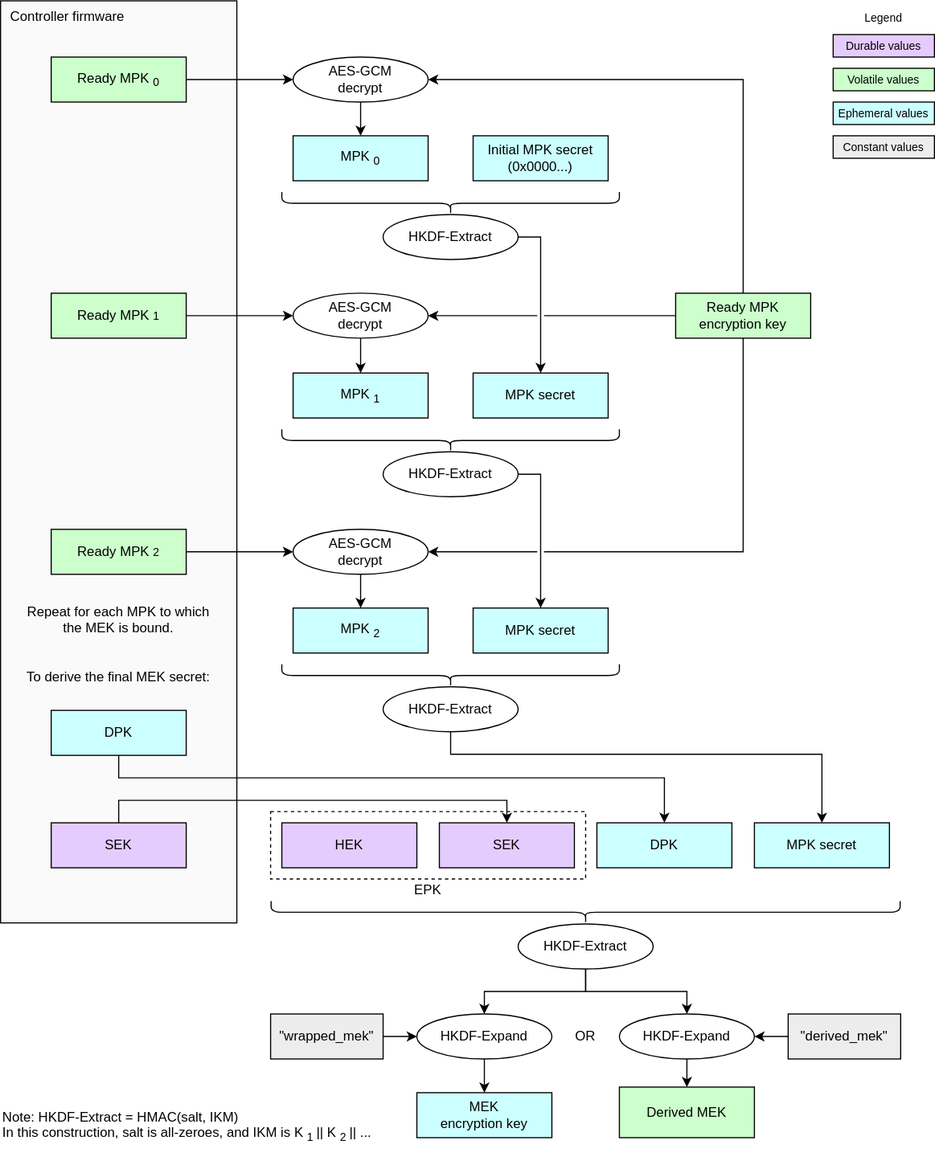
Above: doc/ocp_lock/diagrams/mek_secret_derivation.drawio.svg in chipsalliance/Caliptra (draw.io), before the change. Source tidied: cells renumbered, new cells last; positions are measured from the earlier drawing's top-left corner, leaving out a move shared by most shapes.
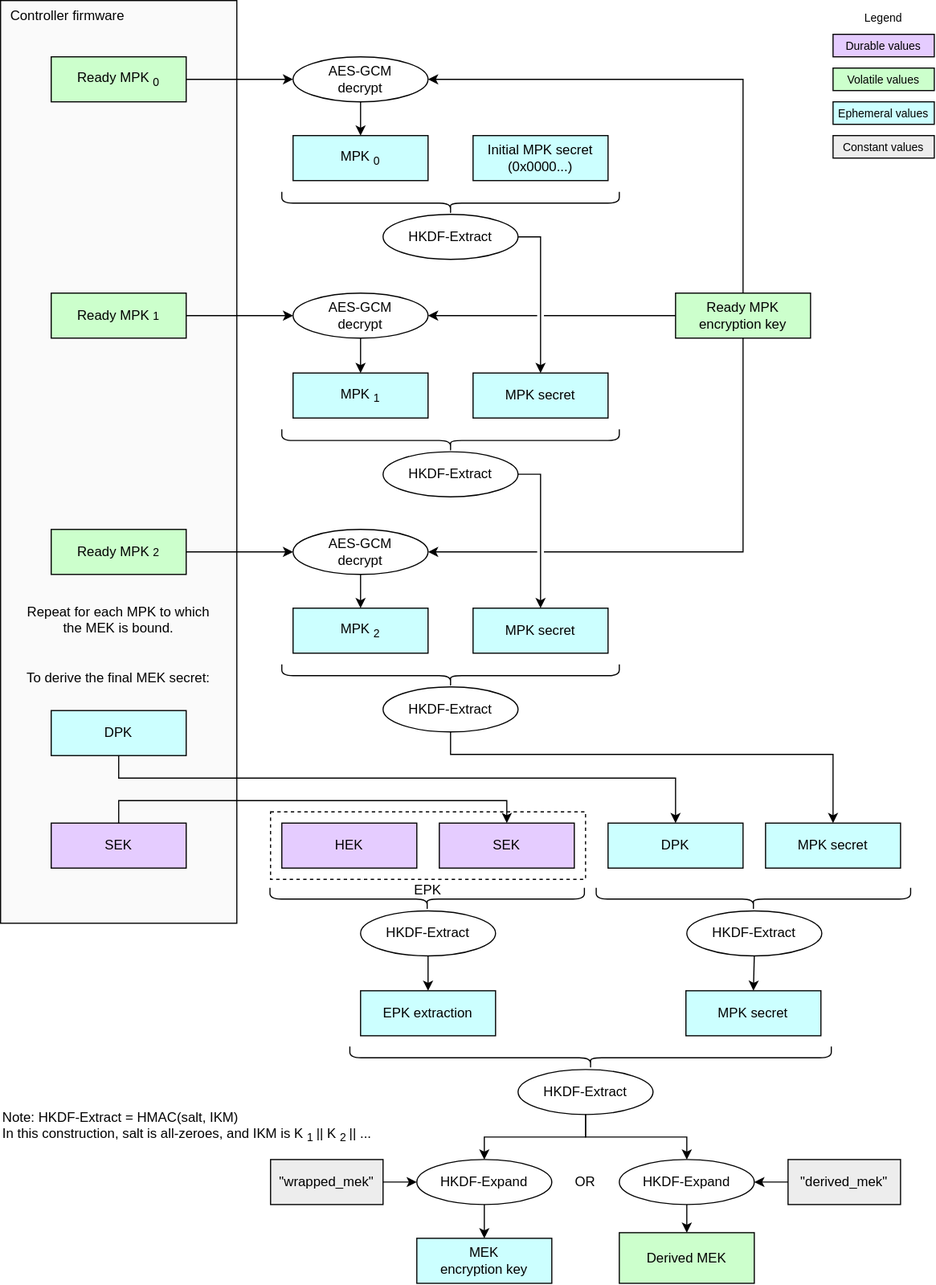
Above is the later version.

Commit message:
Expand MEK secret derivation in LOCK spec.

Diff of the diagram source:
```diff
@@ -100,7 +100,7 @@
       <mxGeometry x="390" y="450" width="20" height="300" as="geometry" />
     </mxCell>
     <mxCell id="33" value="&lt;div&gt;&lt;font color=&quot;#000000&quot;&gt;MPK secret&lt;/font&gt;&lt;/div&gt;" style="rounded=0;whiteSpace=wrap;html=1;align=center;verticalAlign=middle;shadow=0;glass=0;spacingLeft=0;spacingBottom=0;spacingTop=0;fillColor=#CCFFFF;" parent="1" vertex="1">
-      <mxGeometry x="670" y="731" width="120" height="40" as="geometry" />
+      <mxGeometry x="680" y="731" width="120" height="40" as="geometry" />
     </mxCell>
     <mxCell id="34" value="&lt;div&gt;&lt;font color=&quot;#000000&quot;&gt;DPK&lt;/font&gt;&lt;/div&gt;" style="rounded=0;whiteSpace=wrap;html=1;align=center;verticalAlign=middle;shadow=0;glass=0;spacingLeft=0;spacingBottom=0;spacingTop=0;fillColor=#CCFFFF;" parent="1" vertex="1">
       <mxGeometry x="45" y="631" width="120" height="40" as="geometry" />
@@ -112,7 +112,7 @@
       <mxGeometry relative="1" as="geometry">
         <Array as="points">
           <mxPoint x="105" y="691" />
-          <mxPoint x="590" y="691" />
+          <mxPoint x="600" y="691" />
         </Array>
       </mxGeometry>
     </mxCell>
@@ -128,7 +128,7 @@
       <mxGeometry x="390" y="731" width="120" height="40" as="geometry" />
     </mxCell>
     <mxCell id="39" value="&lt;div&gt;&lt;font color=&quot;#000000&quot;&gt;DPK&lt;/font&gt;&lt;/div&gt;" style="rounded=0;whiteSpace=wrap;html=1;align=center;verticalAlign=middle;shadow=0;glass=0;spacingLeft=0;spacingBottom=0;spacingTop=0;fillColor=#CCFFFF;" parent="1" vertex="1">
-      <mxGeometry x="530" y="731" width="120" height="40" as="geometry" />
+      <mxGeometry x="540" y="731" width="120" height="40" as="geometry" />
     </mxCell>
     <mxCell id="40" style="edgeStyle=elbowEdgeStyle;endArrow=classic;html=1;rounded=0;endSize=6;startSize=6;entryX=0.5;entryY=0;entryDx=0;entryDy=0;exitX=0.5;exitY=1;exitDx=0;exitDy=0;elbow=vertical;" parent="1" edge="1" source="30" target="33">
       <mxGeometry relative="1" as="geometry">
@@ -138,10 +138,10 @@
       </mxGeometry>
     </mxCell>
     <mxCell id="41" style="shape=curlyBracket;whiteSpace=wrap;html=1;rounded=1;labelPosition=left;verticalLabelPosition=middle;align=right;verticalAlign=middle;rotation=-90;" parent="1" vertex="1">
-      <mxGeometry x="510" y="531" width="20" height="559" as="geometry" />
+      <mxGeometry x="514.5" y="725.5" width="20" height="428" as="geometry" />
     </mxCell>
     <mxCell id="42" value="HKDF-Extract" style="ellipse;whiteSpace=wrap;html=1;fillColor=#FFFFFF;" parent="1" vertex="1">
-      <mxGeometry x="460" y="821" width="120" height="40" as="geometry" />
+      <mxGeometry x="460" y="950" width="120" height="40" as="geometry" />
     </mxCell>
     <mxCell id="43" value="Note: HKDF-Extract = HMAC(salt, IKM)&lt;div&gt;&lt;div&gt;In this construction, salt is all-zeroes, and IKM is K&lt;sub&gt;1&lt;/sub&gt; || K&lt;sub&gt;2&lt;/sub&gt; || ...&lt;/div&gt;&lt;/div&gt;" style="text;strokeColor=none;align=left;fillColor=none;html=1;verticalAlign=middle;whiteSpace=wrap;rounded=0;fontSize=12;" parent="1" vertex="1">
       <mxGeometry y="971" width="350" height="60" as="geometry" />
@@ -150,7 +150,7 @@
       <mxGeometry x="20" y="530" width="170" height="60" as="geometry" />
     </mxCell>
     <mxCell id="45" value="HKDF-Expand" style="ellipse;whiteSpace=wrap;html=1;fillColor=#FFFFFF;" parent="1" vertex="1">
-      <mxGeometry x="550" y="901" width="120" height="40" as="geometry" />
+      <mxGeometry x="550" y="1030" width="120" height="40" as="geometry" />
     </mxCell>
     <mxCell id="46" style="edgeStyle=none;html=1;exitX=0.5;exitY=1;exitDx=0;exitDy=0;entryX=0.5;entryY=0;entryDx=0;entryDy=0;" parent="1" edge="1" source="54" target="50">
       <mxGeometry relative="1" as="geometry" />
@@ -159,30 +159,30 @@
       <mxGeometry x="740" y="120" width="90" height="20" as="geometry" />
     </mxCell>
     <mxCell id="48" value="&lt;div&gt;&lt;font color=&quot;#000000&quot;&gt;&quot;derived_mek&quot;&lt;/font&gt;&lt;/div&gt;" style="rounded=0;whiteSpace=wrap;html=1;align=center;verticalAlign=middle;shadow=0;glass=0;spacingLeft=0;spacingBottom=0;spacingTop=0;fillColor=#EDEDED;" parent="1" vertex="1">
-      <mxGeometry x="700" y="901" width="100" height="40" as="geometry" />
+      <mxGeometry x="700" y="1030" width="100" height="40" as="geometry" />
     </mxCell>
     <mxCell id="49" style="edgeStyle=none;html=1;exitX=0;exitY=0.5;exitDx=0;exitDy=0;entryX=1;entryY=0.5;entryDx=0;entryDy=0;" parent="1" edge="1" source="48" target="45">
       <mxGeometry relative="1" as="geometry" />
     </mxCell>
     <mxCell id="50" value="&lt;div&gt;&lt;font color=&quot;#000000&quot;&gt;MEK&lt;/font&gt;&lt;/div&gt;&lt;div&gt;&lt;font color=&quot;#000000&quot;&gt;encryption key&lt;/font&gt;&lt;/div&gt;" style="rounded=0;whiteSpace=wrap;html=1;align=center;verticalAlign=middle;shadow=0;glass=0;spacingLeft=0;spacingBottom=0;spacingTop=0;fillColor=#CCFFFF;" parent="1" vertex="1">
-      <mxGeometry x="370" y="971" width="120" height="40" as="geometry" />
+      <mxGeometry x="370" y="1100" width="120" height="40" as="geometry" />
     </mxCell>
     <mxCell id="51" style="edgeStyle=segmentEdgeStyle;endArrow=classic;html=1;curved=0;rounded=0;endSize=6;startSize=6;exitX=0.5;exitY=1;exitDx=0;exitDy=0;entryX=0.5;entryY=0;entryDx=0;entryDy=0;" parent="1" edge="1" source="42" target="54">
       <mxGeometry relative="1" as="geometry">
         <Array as="points">
-          <mxPoint x="520" y="881" />
-          <mxPoint x="430" y="881" />
+          <mxPoint x="520" y="1010" />
+          <mxPoint x="430" y="1010" />
         </Array>
       </mxGeometry>
     </mxCell>
     <mxCell id="52" value="&lt;div&gt;&lt;font color=&quot;#000000&quot;&gt;Derived MEK&lt;/font&gt;&lt;/div&gt;" style="rounded=0;whiteSpace=wrap;html=1;align=center;verticalAlign=middle;shadow=0;glass=0;spacingLeft=0;spacingBottom=0;spacingTop=0;fillColor=#CCFFCC;" parent="1" vertex="1">
-      <mxGeometry x="550" y="966" width="120" height="45" as="geometry" />
+      <mxGeometry x="550" y="1095" width="120" height="45" as="geometry" />
     </mxCell>
     <mxCell id="53" value="OR" style="text;strokeColor=none;align=center;fillColor=none;html=1;verticalAlign=middle;whiteSpace=wrap;rounded=0;" parent="1" vertex="1">
-      <mxGeometry x="490" y="906" width="60" height="30" as="geometry" />
+      <mxGeometry x="490" y="1035" width="60" height="30" as="geometry" />
     </mxCell>
     <mxCell id="54" value="HKDF-Expand" style="ellipse;whiteSpace=wrap;html=1;fillColor=#FFFFFF;" parent="1" vertex="1">
-      <mxGeometry x="370" y="901" width="120" height="40" as="geometry" />
+      <mxGeometry x="370" y="1030" width="120" height="40" as="geometry" />
     </mxCell>
     <mxCell id="55" style="edgeStyle=orthogonalEdgeStyle;endArrow=classic;html=1;rounded=0;endSize=6;startSize=6;exitX=0.5;exitY=1;exitDx=0;exitDy=0;entryX=0.5;entryY=0;entryDx=0;entryDy=0;" parent="1" edge="1" source="42" target="45">
       <mxGeometry relative="1" as="geometry" />
@@ -191,7 +191,7 @@
       <mxGeometry relative="1" as="geometry" />
     </mxCell>
     <mxCell id="57" value="&lt;div&gt;&lt;font color=&quot;#000000&quot;&gt;&quot;wrapped_mek&quot;&lt;/font&gt;&lt;/div&gt;" style="rounded=0;whiteSpace=wrap;html=1;align=center;verticalAlign=middle;shadow=0;glass=0;spacingLeft=0;spacingBottom=0;spacingTop=0;fillColor=#EDEDED;" parent="1" vertex="1">
-      <mxGeometry x="240" y="901" width="100" height="40" as="geometry" />
+      <mxGeometry x="240" y="1030" width="100" height="40" as="geometry" />
     </mxCell>
     <mxCell id="58" style="edgeStyle=none;html=1;exitX=1;exitY=0.5;exitDx=0;exitDy=0;entryX=0;entryY=0.5;entryDx=0;entryDy=0;" parent="1" edge="1" source="57" target="54">
       <mxGeometry relative="1" as="geometry" />
@@ -233,5 +233,29 @@
     <mxCell id="65" style="rounded=0;whiteSpace=wrap;html=1;fillColor=none;dashed=1;" parent="1" vertex="1">
       <mxGeometry x="240" y="721" width="280" height="60" as="geometry" />
     </mxCell>
+    <mxCell id="66" value="&lt;div&gt;&lt;font color=&quot;#000000&quot;&gt;EPK extraction&lt;/font&gt;&lt;/div&gt;" style="rounded=0;whiteSpace=wrap;html=1;align=center;verticalAlign=middle;shadow=0;glass=0;spacingLeft=0;spacingBottom=0;spacingTop=0;fillColor=#CCFFFF;" parent="1" vertex="1">
+      <mxGeometry x="320" y="880" width="120" height="40" as="geometry" />
+    </mxCell>
+    <mxCell id="67" style="shape=curlyBracket;whiteSpace=wrap;html=1;rounded=1;labelPosition=left;verticalLabelPosition=middle;align=right;verticalAlign=middle;rotation=-90;" parent="1" vertex="1">
+      <mxGeometry x="369.2" y="658.8" width="20" height="279.5" as="geometry" />
+    </mxCell>
+    <mxCell id="68" value="HKDF-Extract" style="ellipse;whiteSpace=wrap;html=1;fillColor=#FFFFFF;" parent="1" vertex="1">
+      <mxGeometry x="320" y="809" width="120" height="40" as="geometry" />
+    </mxCell>
+    <mxCell id="69" style="shape=curlyBracket;whiteSpace=wrap;html=1;rounded=1;labelPosition=left;verticalLabelPosition=middle;align=right;verticalAlign=middle;rotation=-90;" parent="1" vertex="1">
+      <mxGeometry x="659.2" y="658.8" width="20" height="279.5" as="geometry" />
+    </mxCell>
+    <mxCell id="70" value="HKDF-Extract" style="ellipse;whiteSpace=wrap;html=1;fillColor=#FFFFFF;" parent="1" vertex="1">
+      <mxGeometry x="610" y="809" width="120" height="40" as="geometry" />
+    </mxCell>
+    <mxCell id="71" value="&lt;div&gt;&lt;font color=&quot;#000000&quot;&gt;MPK secret&lt;/font&gt;&lt;/div&gt;" style="rounded=0;whiteSpace=wrap;html=1;align=center;verticalAlign=middle;shadow=0;glass=0;spacingLeft=0;spacingBottom=0;spacingTop=0;fillColor=#CCFFFF;" parent="1" vertex="1">
+      <mxGeometry x="609.2" y="880" width="120" height="40" as="geometry" />
+    </mxCell>
+    <mxCell id="72" style="edgeStyle=none;html=1;exitX=0.5;exitY=1;exitDx=0;exitDy=0;entryX=0.5;entryY=0;entryDx=0;entryDy=0;" parent="1" edge="1" source="68" target="66">
+      <mxGeometry relative="1" as="geometry" />
+    </mxCell>
+    <mxCell id="73" style="edgeStyle=none;html=1;exitX=0.5;exitY=1;exitDx=0;exitDy=0;entryX=0.5;entryY=0;entryDx=0;entryDy=0;" parent="1" edge="1" source="70" target="71">
+      <mxGeometry relative="1" as="geometry" />
+    </mxCell>
   </root>
 </mxGraphModel>
```
